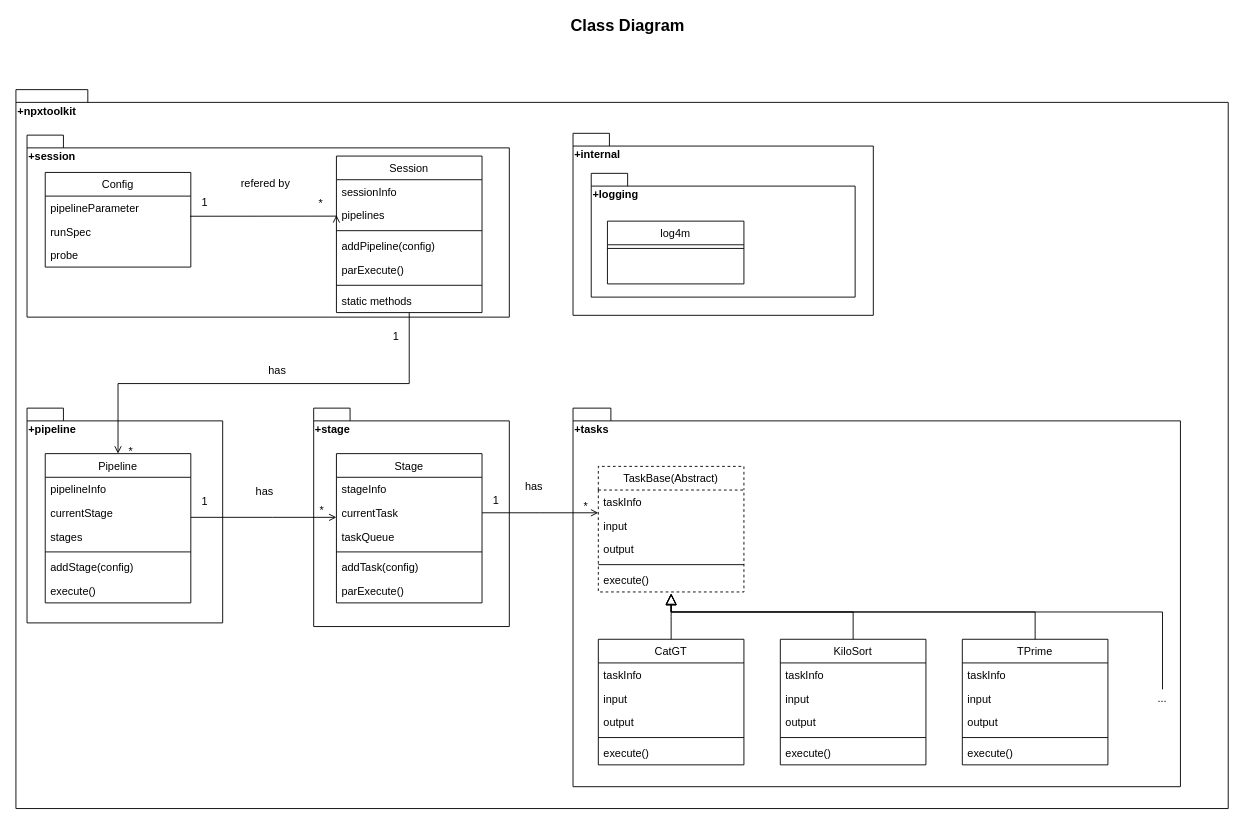
Before: docs/class_diagram.drawio in MATLAB-Community-Toolboxes-at-INCF/neuropixels-toolkit, a draw.io diagram. Source tidied: cells renumbered, new cells numbered last; positions are measured from the earlier drawing's top-left corner, leaving out a move shared by most shapes. Both pictures are drawn from the tidied source at 91%, with x=0, y=0 at pixel (15, 16).
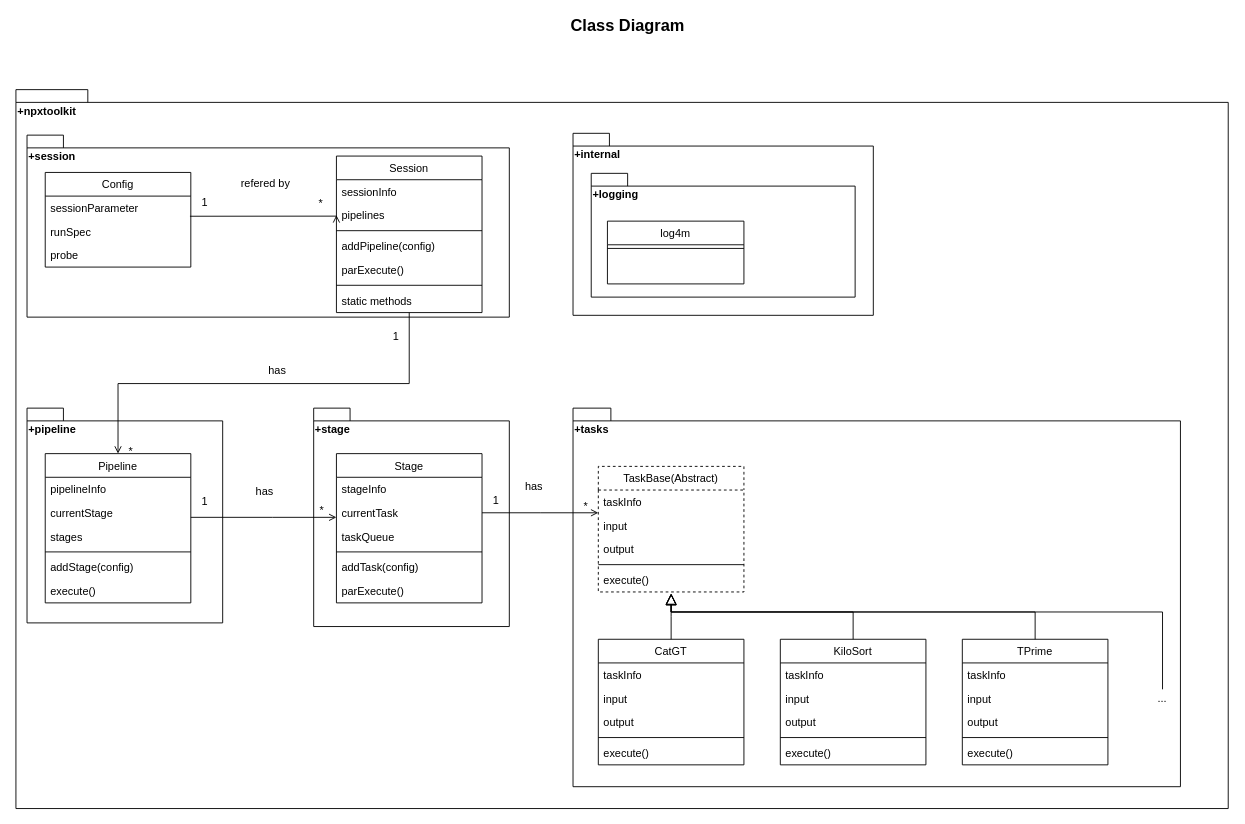
After the change.

The change refers to these unchanged cells:
```xml
<mxCell id="7" value="Config" style="swimlane;fontStyle=0;align=center;verticalAlign=top;horizontal=1;startSize=26;rounded=0;shadow=0;strokeWidth=1;" parent="1" vertex="1">
  <mxGeometry x="32.2" y="171" width="160" height="104" as="geometry" />
</mxCell>
```

Change to the diagram source:
```diff
@@
-    <mxCell id="8" value="pipelineParameter" style="text;align=left;verticalAlign=top;spacingLeft=4;spacingRight=4;overflow=hidden;rounded=0;shadow=0;html=0;" parent="7" vertex="1">
+    <mxCell id="8" value="sessionParameter" style="text;align=left;verticalAlign=top;spacingLeft=4;spacingRight=4;overflow=hidden;rounded=0;shadow=0;html=0;" parent="7" vertex="1">
       <mxGeometry y="26" width="160" height="26" as="geometry" />
     </mxCell>
```
